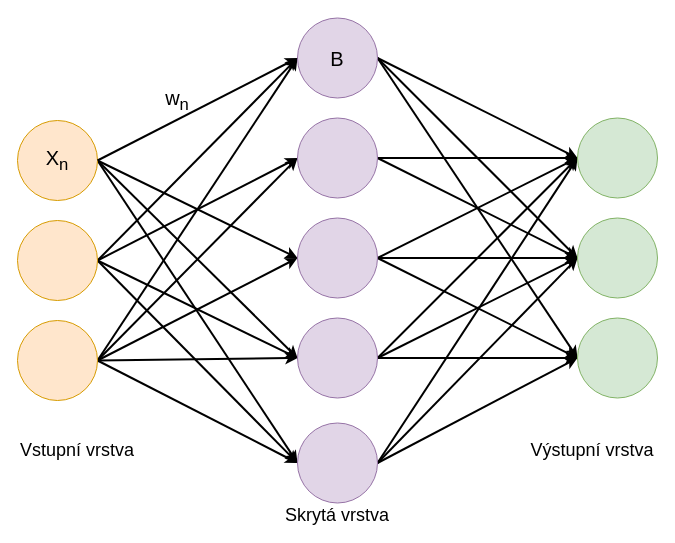
JonasBoi/BP keeps this draw.io diagram as images/neural_net.drawio. Above is the earlier version. Source tidied: cells renumbered, new cells numbered last; positions are measured from the earlier drawing's top-left corner, leaving out a move shared by most shapes. Both pictures are drawn from the tidied source at 100%, with x=0, y=0 at pixel (17, 18).
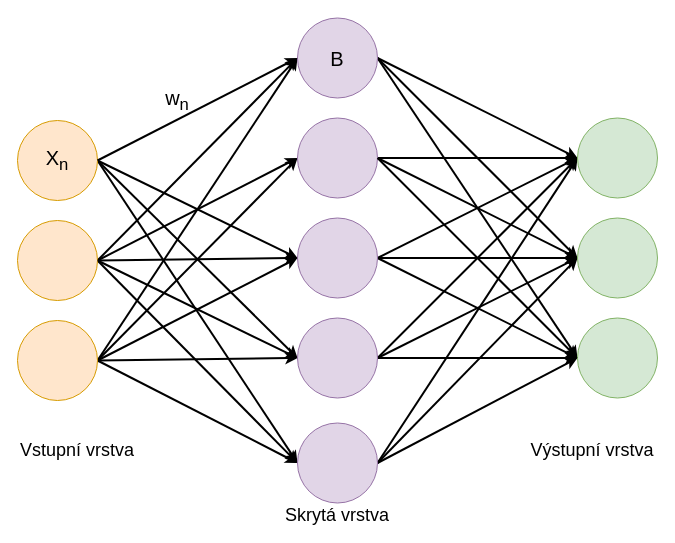
After the change.

The change refers to these unchanged cells:
```xml
<mxCell id="10" style="ellipse;whiteSpace=wrap;html=1;fillColor=#ffe6cc;strokeColor=#d79b00;" parent="1" vertex="1">
  <mxGeometry y="202" width="80" height="80" as="geometry" />
</mxCell>
<mxCell id="19" style="ellipse;whiteSpace=wrap;html=1;fillColor=#e1d5e7;strokeColor=#9673a6;" parent="1" vertex="1">
  <mxGeometry x="280" y="99.5" width="80" height="80" as="geometry" />
</mxCell>
<mxCell id="23" style="ellipse;whiteSpace=wrap;html=1;fillColor=#e1d5e7;strokeColor=#9673a6;" parent="1" vertex="1">
  <mxGeometry x="280" y="199.5" width="80" height="80" as="geometry" />
</mxCell>
<mxCell id="38" style="ellipse;whiteSpace=wrap;html=1;fillColor=#d5e8d4;strokeColor=#82b366;" parent="1" vertex="1">
  <mxGeometry x="560" y="299.5" width="80" height="80" as="geometry" />
</mxCell>
```

Change to the diagram source:
```diff
@@
+    <mxCell id="44" style="rounded=0;jettySize=auto;html=1;exitX=1;exitY=0.5;exitDx=0;exitDy=0;entryX=0;entryY=0.5;entryDx=0;entryDy=0;strokeWidth=2;" parent="1" edge="1" source="10" target="23">
+      <mxGeometry relative="1" as="geometry" />
+    </mxCell>
+    <mxCell id="45" style="rounded=0;jettySize=auto;html=1;exitX=1;exitY=0.5;exitDx=0;exitDy=0;entryX=0;entryY=0.5;entryDx=0;entryDy=0;strokeWidth=2;" parent="1" edge="1" source="19" target="38">
+      <mxGeometry relative="1" as="geometry" />
+    </mxCell>
```
